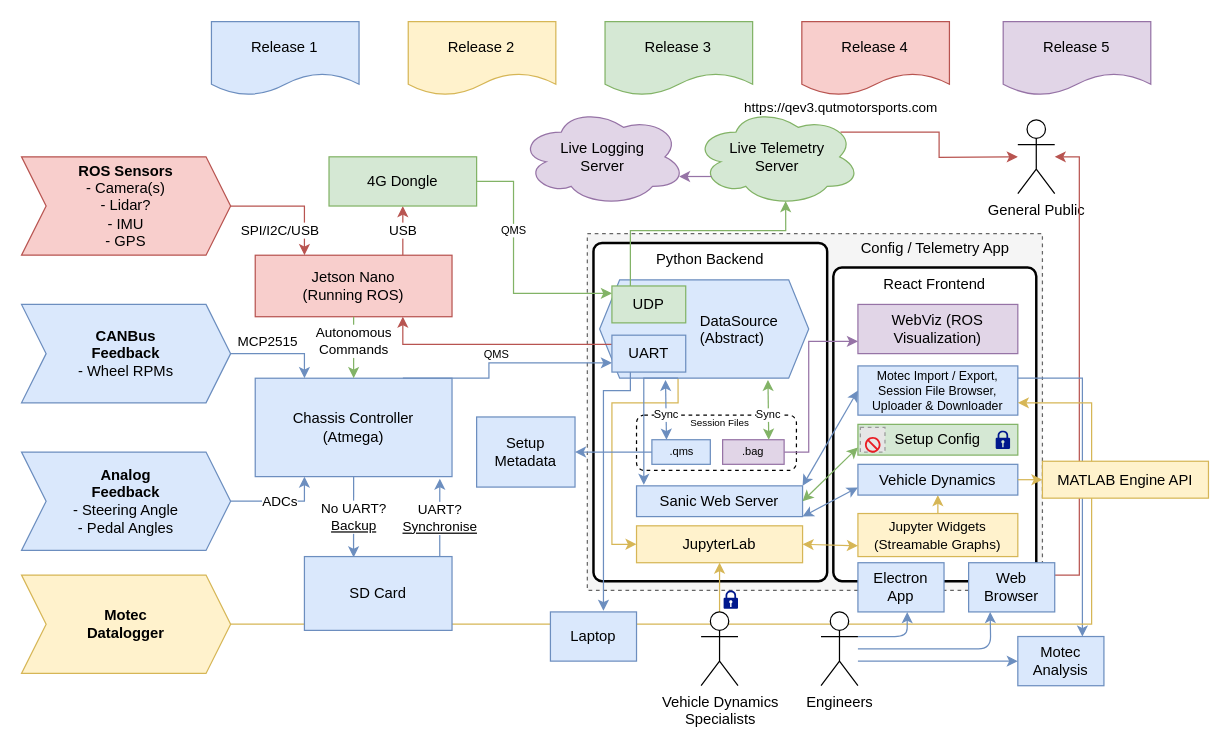
Before: wiki/the_plan.drawio in QUT-Motorsport/QUTMS_ConfigApp, a draw.io diagram. Source tidied: cells renumbered, new cells numbered last; positions are measured from the earlier drawing's top-left corner, leaving out a move shared by most shapes. Both pictures are drawn from the tidied source at 123%, with x=0, y=0 at pixel (21, 21). Pictures stored in the file or linked from it are replaced by grey dashed boxes.
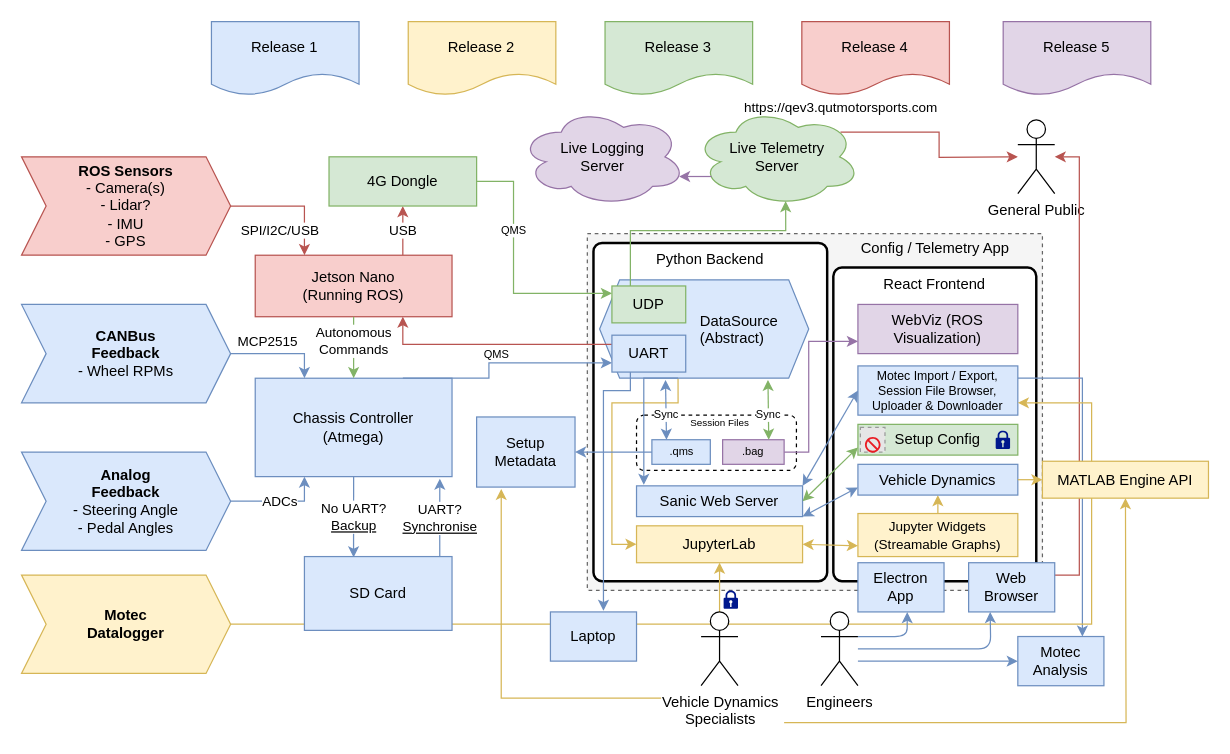
After the change.

The change refers to these unchanged cells:
```xml
<mxCell id="79" value="MATLAB Engine API" style="rounded=0;whiteSpace=wrap;html=1;fillColor=#fff2cc;strokeColor=#d6b656;" parent="1" vertex="1">
  <mxGeometry x="830" y="357.5" width="135" height="30" as="geometry" />
</mxCell>
```

What changed in the source:
```diff
@@
+    <mxCell id="84" style="endArrow=classic;html=1;entryX=0.5;entryY=1;entryDx=0;entryDy=0;rounded=0;fillColor=#fff2cc;strokeColor=#d6b656;" parent="1" edge="1" target="79">
+      <mxGeometry relative="1" as="geometry">
+        <mxPoint x="620" y="570" as="sourcePoint" />
+        <Array as="points">
+          <mxPoint x="898" y="570" />
+        </Array>
+      </mxGeometry>
+    </mxCell>
+    <mxCell id="85" style="endArrow=classic;html=1;fillColor=#fff2cc;strokeColor=#d6b656;rounded=0;" parent="1" edge="1">
+      <mxGeometry relative="1" as="geometry">
+        <mxPoint x="520" y="550" as="sourcePoint" />
+        <mxPoint x="390" y="380" as="targetPoint" />
+        <Array as="points">
+          <mxPoint x="390" y="550" />
+        </Array>
+      </mxGeometry>
+    </mxCell>
```
